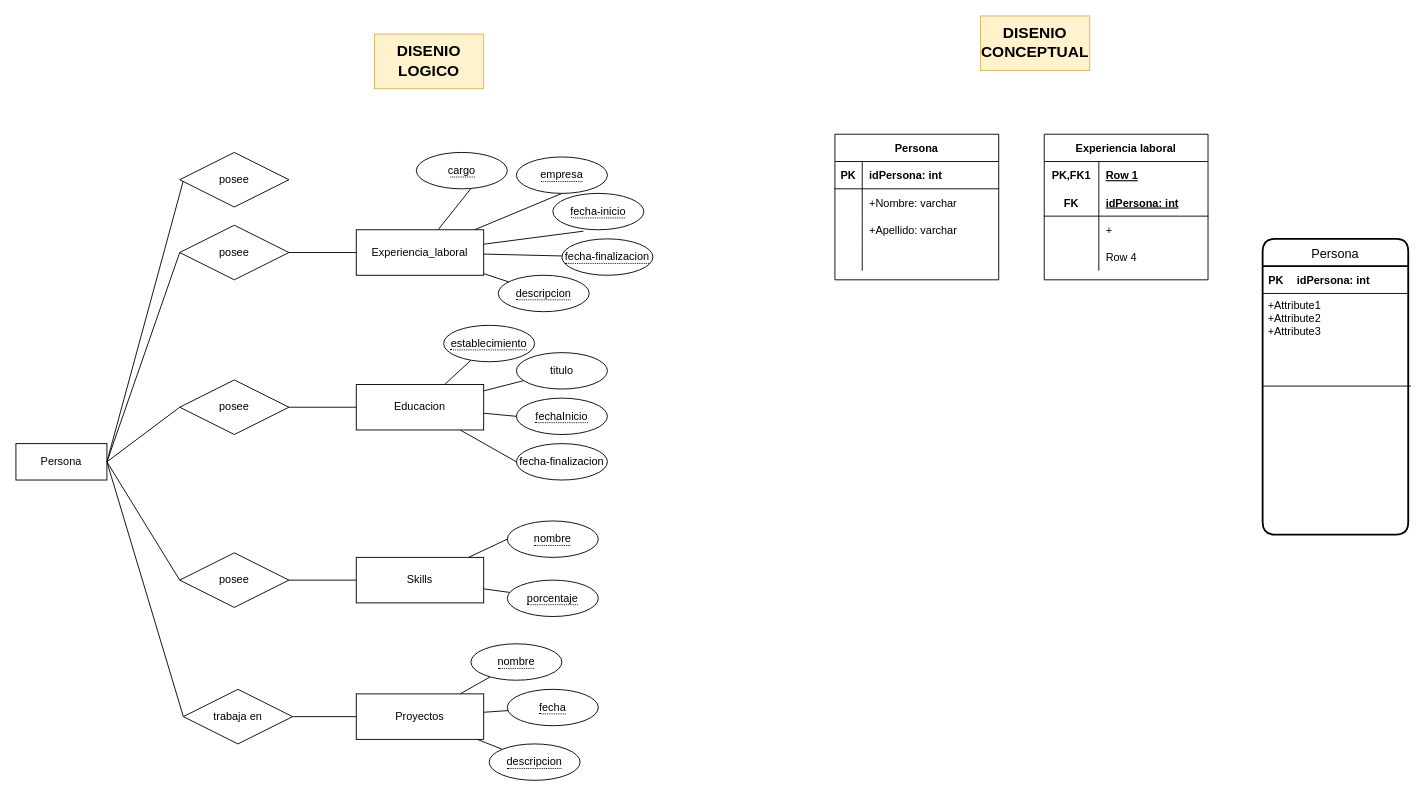
pablovede/portfolioArgPrograma keeps this draw.io diagram as database/DERv2.drawio. Above is the earlier version. Source tidied: cells renumbered, new cells numbered last; positions are measured from the earlier drawing's top-left corner, leaving out a move shared by most shapes. Both pictures are drawn from the tidied source at 91%, with x=0, y=0 at pixel (15, 15).
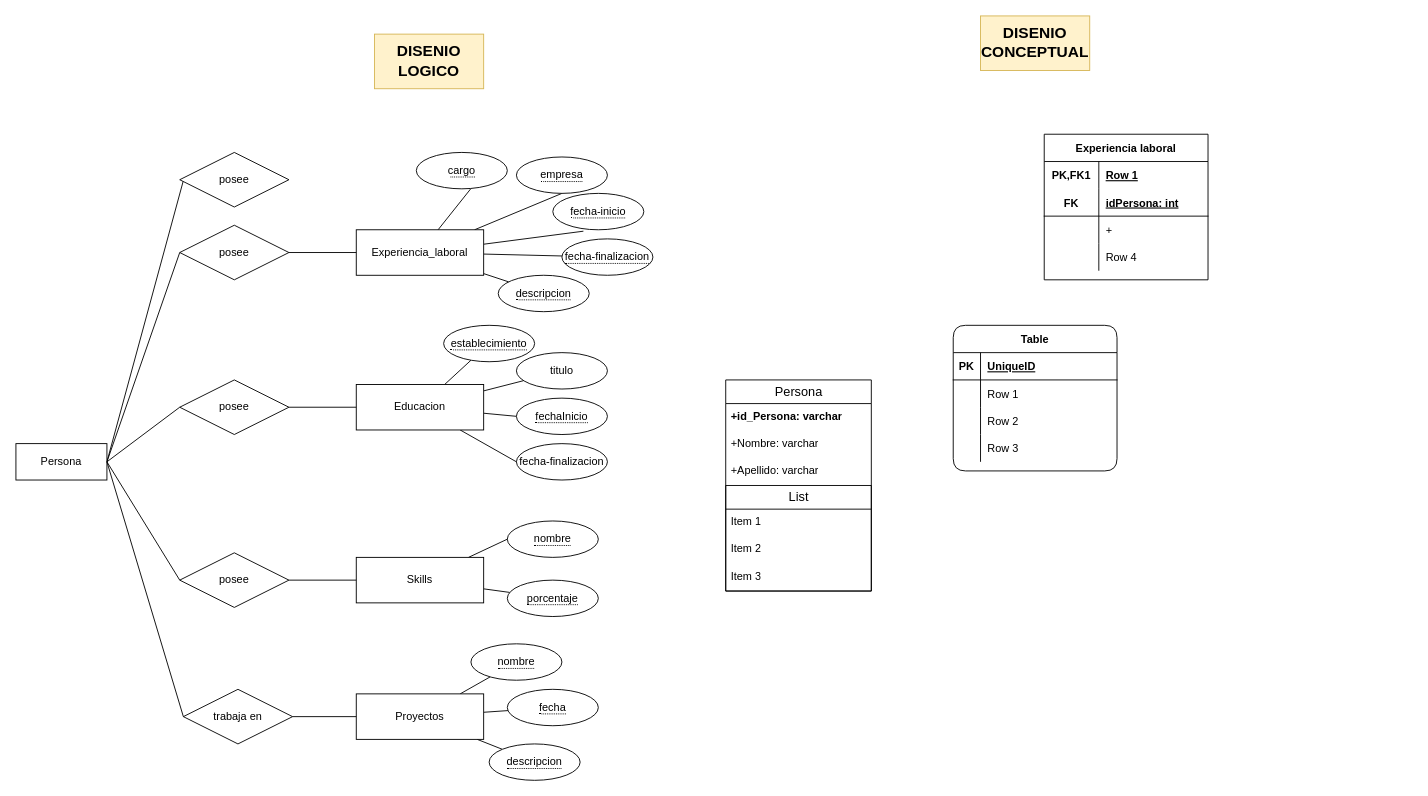
Above is the later version.

The edit, as a diff of the source:
```diff
@@
-    <mxCell id="2" value="Persona" style="shape=table;startSize=30;childLayout=tableLayout;rowLines=0;fontStyle=1;align=center;" parent="1" vertex="1">
-      <mxGeometry x="900" y="130" width="180" height="160" as="geometry" />
-    </mxCell>
-    <mxCell id="3" style="shape=tableRow;horizontal=0;startSize=0;swimlaneHead=0;swimlaneBody=0;fillColor=none;top=0;left=0;right=0;bottom=1;" parent="2" vertex="1">
-      <mxGeometry y="30" width="180" height="30" as="geometry" />
-    </mxCell>
-    <mxCell id="4" value="PK" style="shape=partialRectangle;fillColor=none;top=0;left=0;bottom=0;right=0;fontStyle=1;overflow=hidden;" parent="3" vertex="1">
-      <mxGeometry width="30" height="30" as="geometry" />
-    </mxCell>
-    <mxCell id="5" value="idPersona: int" style="shape=partialRectangle;fillColor=none;top=0;left=0;bottom=0;right=0;align=left;spacingLeft=6;fontStyle=1;overflow=hidden;" parent="3" vertex="1">
-      <mxGeometry x="30" width="150" height="30" as="geometry" />
-    </mxCell>
-    <mxCell id="6" style="shape=tableRow;horizontal=0;startSize=0;swimlaneHead=0;swimlaneBody=0;fillColor=none;top=0;left=0;right=0;bottom=0;" parent="2" vertex="1">
-      <mxGeometry y="60" width="180" height="30" as="geometry" />
-    </mxCell>
-    <mxCell id="7" style="shape=partialRectangle;fillColor=none;top=0;left=0;bottom=0;right=0;overflow=hidden;" parent="6" vertex="1">
-      <mxGeometry width="30" height="30" as="geometry" />
-    </mxCell>
-    <mxCell id="8" value="+Nombre: varchar" style="shape=partialRectangle;fillColor=none;top=0;left=0;bottom=0;right=0;align=left;spacingLeft=6;overflow=hidden;" parent="6" vertex="1">
-      <mxGeometry x="30" width="150" height="30" as="geometry" />
-    </mxCell>
-    <mxCell id="9" style="shape=tableRow;horizontal=0;startSize=0;swimlaneHead=0;swimlaneBody=0;fillColor=none;top=0;left=0;right=0;bottom=0;" parent="2" vertex="1">
-      <mxGeometry y="90" width="180" height="30" as="geometry" />
-    </mxCell>
-    <mxCell id="10" style="shape=partialRectangle;fillColor=none;top=0;left=0;bottom=0;right=0;overflow=hidden;" parent="9" vertex="1">
-      <mxGeometry width="30" height="30" as="geometry" />
-    </mxCell>
-    <mxCell id="11" value="+Apellido: varchar" style="shape=partialRectangle;fillColor=none;top=0;left=0;bottom=0;right=0;align=left;spacingLeft=6;overflow=hidden;" parent="9" vertex="1">
-      <mxGeometry x="30" width="150" height="30" as="geometry" />
-    </mxCell>
-    <mxCell id="12" style="shape=tableRow;horizontal=0;startSize=0;swimlaneHead=0;swimlaneBody=0;fillColor=none;top=0;left=0;right=0;bottom=0;" parent="2" vertex="1">
-      <mxGeometry y="120" width="180" height="30" as="geometry" />
-    </mxCell>
-    <mxCell id="13" style="shape=partialRectangle;fillColor=none;top=0;left=0;bottom=0;right=0;overflow=hidden;" parent="12" vertex="1">
-      <mxGeometry width="30" height="30" as="geometry" />
-    </mxCell>
-    <mxCell id="14" style="shape=partialRectangle;fillColor=none;top=0;left=0;bottom=0;right=0;align=left;spacingLeft=6;overflow=hidden;" parent="12" vertex="1">
-      <mxGeometry x="30" width="150" height="30" as="geometry" />
-    </mxCell>
@@
-    <mxCell id="77" value="Persona" style="swimlane;horizontal=1;startSize=30;rounded=1;fontSize=14;fontStyle=0;strokeWidth=2;shadow=0;dashed=0;align=center;fontFamily=Helvetica;fontColor=default;" parent="1" vertex="1">
-      <mxGeometry x="1370" y="245" width="160" height="325" as="geometry" />
-    </mxCell>
-    <mxCell id="78" style="shape=table;startSize=0;childLayout=tableLayout;rowLines=0;fontStyle=0;align=center;strokeColor=none;fillColor=none;fontFamily=Helvetica;fontSize=12;fontColor=default;" parent="77" vertex="1">
-      <mxGeometry y="30" width="160" height="30" as="geometry" />
-    </mxCell>
-    <mxCell id="79" style="shape=tableRow;horizontal=0;startSize=0;swimlaneHead=0;swimlaneBody=0;fillColor=none;top=0;left=0;right=0;bottom=1;fontFamily=Helvetica;fontSize=12;fontColor=default;" parent="78" vertex="1">
-      <mxGeometry width="160" height="30" as="geometry" />
-    </mxCell>
-    <mxCell id="80" value="PK" style="shape=partialRectangle;fillColor=none;top=0;left=0;bottom=0;right=0;fontStyle=1;overflow=hidden;fontFamily=Helvetica;fontSize=12;fontColor=default;" parent="79" vertex="1">
-      <mxGeometry width="30" height="30" as="geometry" />
-    </mxCell>
-    <mxCell id="81" value="idPersona: int" style="shape=partialRectangle;fillColor=none;top=0;left=0;bottom=0;right=0;align=left;spacingLeft=6;fontStyle=1;overflow=hidden;fontFamily=Helvetica;fontSize=12;fontColor=default;" parent="79" vertex="1">
-      <mxGeometry x="30" width="130" height="30" as="geometry" />
-    </mxCell>
-    <mxCell id="82" value="+Attribute1&#10;+Attribute2&#10;+Attribute3" style="align=left;strokeColor=none;fillColor=none;spacingLeft=4;fontSize=12;verticalAlign=top;fontFamily=Helvetica;fontColor=default;" parent="77" vertex="1">
-      <mxGeometry y="60" width="160" height="265" as="geometry" />
-    </mxCell>
-    <mxCell id="83" style="endArrow=none;html=1;rounded=0;labelBackgroundColor=default;fontFamily=Helvetica;fontSize=12;fontColor=default;strokeColor=default;shape=connector;entryX=1.018;entryY=0.384;entryDx=0;entryDy=0;entryPerimeter=0;exitX=0;exitY=0.384;exitDx=0;exitDy=0;exitPerimeter=0;" parent="77" edge="1" source="82" target="82">
-      <mxGeometry relative="1" as="geometry" />
-    </mxCell>
+    <mxCell id="84" value="Table" style="shape=table;startSize=30;childLayout=tableLayout;rowLines=0;fontStyle=1;align=center;rounded=1;shadow=0;labelBackgroundColor=none;labelBorderColor=none;fontFamily=Helvetica;fontSize=12;fontColor=default;strokeColor=default;strokeWidth=1;fillColor=none;" parent="1" vertex="1">
+      <mxGeometry x="1030" y="340" width="180" height="160" as="geometry" />
+    </mxCell>
+    <mxCell id="85" style="shape=tableRow;horizontal=0;startSize=0;swimlaneHead=0;swimlaneBody=0;fillColor=none;top=0;left=0;right=0;bottom=1;rounded=1;shadow=0;labelBackgroundColor=none;labelBorderColor=none;fontFamily=Helvetica;fontSize=12;fontColor=default;strokeColor=default;strokeWidth=1;" parent="84" vertex="1">
+      <mxGeometry y="30" width="180" height="30" as="geometry" />
+    </mxCell>
+    <mxCell id="86" value="PK" style="shape=partialRectangle;fillColor=none;top=0;left=0;bottom=0;right=0;fontStyle=1;overflow=hidden;rounded=1;shadow=0;labelBackgroundColor=none;labelBorderColor=none;fontFamily=Helvetica;fontSize=12;fontColor=default;strokeColor=default;strokeWidth=1;" parent="85" vertex="1">
+      <mxGeometry width="30" height="30" as="geometry" />
+    </mxCell>
+    <mxCell id="87" value="UniqueID" style="shape=partialRectangle;fillColor=none;top=0;left=0;bottom=0;right=0;align=left;spacingLeft=6;fontStyle=5;overflow=hidden;rounded=1;shadow=0;labelBackgroundColor=none;labelBorderColor=none;fontFamily=Helvetica;fontSize=12;fontColor=default;strokeColor=default;strokeWidth=1;" parent="85" vertex="1">
+      <mxGeometry x="30" width="150" height="30" as="geometry" />
+    </mxCell>
+    <mxCell id="88" style="shape=tableRow;horizontal=0;startSize=0;swimlaneHead=0;swimlaneBody=0;fillColor=none;top=0;left=0;right=0;bottom=0;rounded=1;shadow=0;labelBackgroundColor=none;labelBorderColor=none;fontFamily=Helvetica;fontSize=12;fontColor=default;strokeColor=default;strokeWidth=1;" parent="84" vertex="1">
+      <mxGeometry y="60" width="180" height="30" as="geometry" />
+    </mxCell>
+    <mxCell id="89" style="shape=partialRectangle;fillColor=none;top=0;left=0;bottom=0;right=0;overflow=hidden;rounded=1;shadow=0;labelBackgroundColor=none;labelBorderColor=none;fontFamily=Helvetica;fontSize=12;fontColor=default;strokeColor=default;strokeWidth=1;" parent="88" vertex="1">
+      <mxGeometry width="30" height="30" as="geometry" />
+    </mxCell>
+    <mxCell id="90" value="Row 1" style="shape=partialRectangle;fillColor=none;top=0;left=0;bottom=0;right=0;align=left;spacingLeft=6;overflow=hidden;rounded=1;shadow=0;labelBackgroundColor=none;labelBorderColor=none;fontFamily=Helvetica;fontSize=12;fontColor=default;strokeColor=default;strokeWidth=1;" parent="88" vertex="1">
+      <mxGeometry x="30" width="150" height="30" as="geometry" />
+    </mxCell>
+    <mxCell id="91" style="shape=tableRow;horizontal=0;startSize=0;swimlaneHead=0;swimlaneBody=0;fillColor=none;top=0;left=0;right=0;bottom=0;rounded=1;shadow=0;labelBackgroundColor=none;labelBorderColor=none;fontFamily=Helvetica;fontSize=12;fontColor=default;strokeColor=default;strokeWidth=1;" parent="84" vertex="1">
+      <mxGeometry y="90" width="180" height="30" as="geometry" />
+    </mxCell>
+    <mxCell id="92" style="shape=partialRectangle;fillColor=none;top=0;left=0;bottom=0;right=0;overflow=hidden;rounded=1;shadow=0;labelBackgroundColor=none;labelBorderColor=none;fontFamily=Helvetica;fontSize=12;fontColor=default;strokeColor=default;strokeWidth=1;" parent="91" vertex="1">
+      <mxGeometry width="30" height="30" as="geometry" />
+    </mxCell>
+    <mxCell id="93" value="Row 2" style="shape=partialRectangle;fillColor=none;top=0;left=0;bottom=0;right=0;align=left;spacingLeft=6;overflow=hidden;rounded=1;shadow=0;labelBackgroundColor=none;labelBorderColor=none;fontFamily=Helvetica;fontSize=12;fontColor=default;strokeColor=default;strokeWidth=1;" parent="91" vertex="1">
+      <mxGeometry x="30" width="150" height="30" as="geometry" />
+    </mxCell>
+    <mxCell id="94" style="shape=tableRow;horizontal=0;startSize=0;swimlaneHead=0;swimlaneBody=0;fillColor=none;top=0;left=0;right=0;bottom=0;rounded=1;shadow=0;labelBackgroundColor=none;labelBorderColor=none;fontFamily=Helvetica;fontSize=12;fontColor=default;strokeColor=default;strokeWidth=1;" parent="84" vertex="1">
+      <mxGeometry y="120" width="180" height="30" as="geometry" />
+    </mxCell>
+    <mxCell id="95" style="shape=partialRectangle;fillColor=none;top=0;left=0;bottom=0;right=0;overflow=hidden;rounded=1;shadow=0;labelBackgroundColor=none;labelBorderColor=none;fontFamily=Helvetica;fontSize=12;fontColor=default;strokeColor=default;strokeWidth=1;" parent="94" vertex="1">
+      <mxGeometry width="30" height="30" as="geometry" />
+    </mxCell>
+    <mxCell id="96" value="Row 3" style="shape=partialRectangle;fillColor=none;top=0;left=0;bottom=0;right=0;align=left;spacingLeft=6;overflow=hidden;rounded=1;shadow=0;labelBackgroundColor=none;labelBorderColor=none;fontFamily=Helvetica;fontSize=12;fontColor=default;strokeColor=default;strokeWidth=1;" parent="94" vertex="1">
+      <mxGeometry x="30" width="150" height="30" as="geometry" />
+    </mxCell>
+    <mxCell id="97" value="Persona" style="swimlane;fontStyle=0;horizontal=1;startSize=26;align=center;fontSize=14;rounded=0;shadow=0;labelBackgroundColor=none;labelBorderColor=none;fontFamily=Helvetica;fontColor=default;strokeColor=default;strokeWidth=1;fillColor=none;html=1;" parent="1" vertex="1">
+      <mxGeometry x="780" y="400" width="160" height="232" as="geometry" />
+    </mxCell>
+    <mxCell id="98" value="+id_Persona: varchar" style="text;strokeColor=none;fillColor=none;spacingLeft=4;spacingRight=4;overflow=hidden;fontSize=12;rounded=0;shadow=0;labelBackgroundColor=none;labelBorderColor=none;fontFamily=Helvetica;fontColor=default;html=1;fontStyle=1;" parent="97" vertex="1">
+      <mxGeometry y="26" width="160" height="30" as="geometry" />
+    </mxCell>
+    <mxCell id="8" value="+Nombre: varchar" style="text;strokeColor=none;fillColor=none;spacingLeft=4;spacingRight=4;overflow=hidden;fontSize=12;rounded=0;shadow=0;labelBackgroundColor=none;labelBorderColor=none;fontFamily=Helvetica;fontColor=default;html=1;" parent="97" vertex="1">
+      <mxGeometry y="56" width="160" height="30" as="geometry" />
+    </mxCell>
+    <mxCell id="11" value="+Apellido: varchar" style="text;strokeColor=none;fillColor=none;spacingLeft=4;spacingRight=4;overflow=hidden;fontSize=12;rounded=0;shadow=0;labelBackgroundColor=none;labelBorderColor=none;fontFamily=Helvetica;fontColor=default;html=1;" parent="97" vertex="1">
+      <mxGeometry y="86" width="160" height="30" as="geometry" />
+    </mxCell>
+    <mxCell id="99" value="List" style="swimlane;fontStyle=0;horizontal=1;startSize=26;align=center;fontSize=14;rounded=0;shadow=0;labelBackgroundColor=none;labelBorderColor=none;fontFamily=Helvetica;fontColor=default;strokeColor=default;strokeWidth=1;fillColor=none;html=1;" parent="97" vertex="1">
+      <mxGeometry y="116" width="160" height="116" as="geometry" />
+    </mxCell>
+    <mxCell id="100" value="Item 1" style="text;strokeColor=none;fillColor=none;spacingLeft=4;spacingRight=4;overflow=hidden;fontSize=12;rounded=0;shadow=0;labelBackgroundColor=none;labelBorderColor=none;fontFamily=Helvetica;fontColor=default;html=1;" parent="99" vertex="1">
+      <mxGeometry y="26" width="160" height="30" as="geometry" />
+    </mxCell>
+    <mxCell id="101" value="Item 2" style="text;strokeColor=none;fillColor=none;spacingLeft=4;spacingRight=4;overflow=hidden;fontSize=12;rounded=0;shadow=0;labelBackgroundColor=none;labelBorderColor=none;fontFamily=Helvetica;fontColor=default;html=1;" parent="99" vertex="1">
+      <mxGeometry y="56" width="160" height="30" as="geometry" />
+    </mxCell>
+    <mxCell id="102" value="Item 3" style="text;strokeColor=none;fillColor=none;spacingLeft=4;spacingRight=4;overflow=hidden;fontSize=12;rounded=0;shadow=0;labelBackgroundColor=none;labelBorderColor=none;fontFamily=Helvetica;fontColor=default;html=1;" parent="99" vertex="1">
+      <mxGeometry y="86" width="160" height="30" as="geometry" />
+    </mxCell>
```
